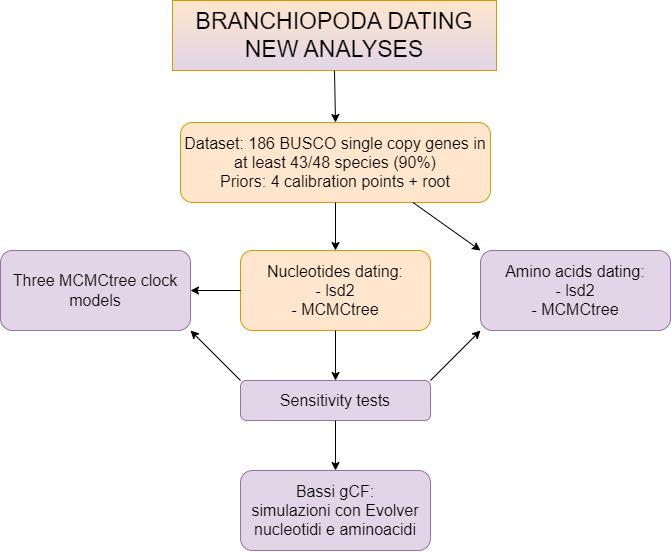
Before: Branchio_new_pipeline.drawio.png, a diagram exported from draw.io (NiccoloRighetti/Branchio_Tree). Source tidied: cells renumbered, new cells last; positions are measured from the earlier drawing's top-left corner, leaving out a move shared by most shapes.
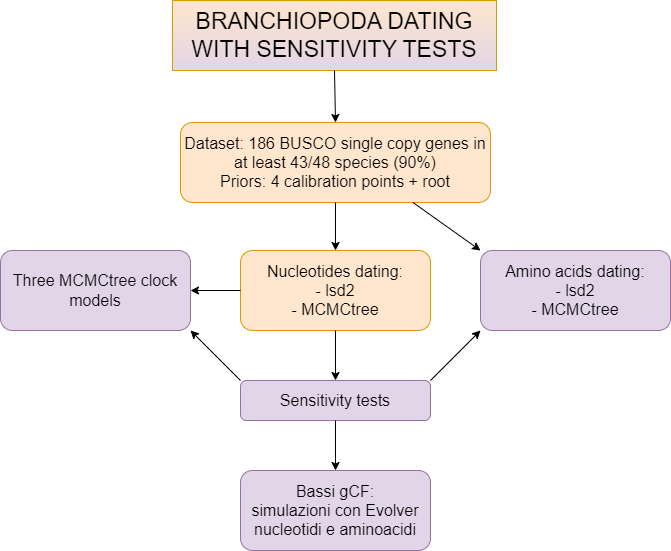
The same file after the commit.

What changed in the source:
```diff
@@ -2,7 +2,7 @@
   <root>
     <mxCell id="0" />
     <mxCell id="1" parent="0" />
-    <mxCell id="2" value="BRANCHIOPODA DATING NEW ANALYSES" style="text;html=1;strokeColor=#d79b00;fillColor=#ffe6cc;align=center;verticalAlign=middle;whiteSpace=wrap;rounded=0;fontSize=23;gradientColor=#e1d5e7;" parent="1" vertex="1">
+    <mxCell id="2" value="BRANCHIOPODA DATING WITH SENSITIVITY TESTS" style="text;html=1;strokeColor=#d79b00;fillColor=#ffe6cc;align=center;verticalAlign=middle;whiteSpace=wrap;rounded=0;fontSize=23;gradientColor=#e1d5e7;" parent="1" vertex="1">
       <mxGeometry x="172" width="324" height="70" as="geometry" />
     </mxCell>
     <mxCell id="3" style="endArrow=classic;html=1;rounded=0;entryX=0.5;entryY=0;entryDx=0;entryDy=0;exitX=0.5;exitY=1;exitDx=0;exitDy=0;" parent="1" edge="1" source="2" target="4">
```
